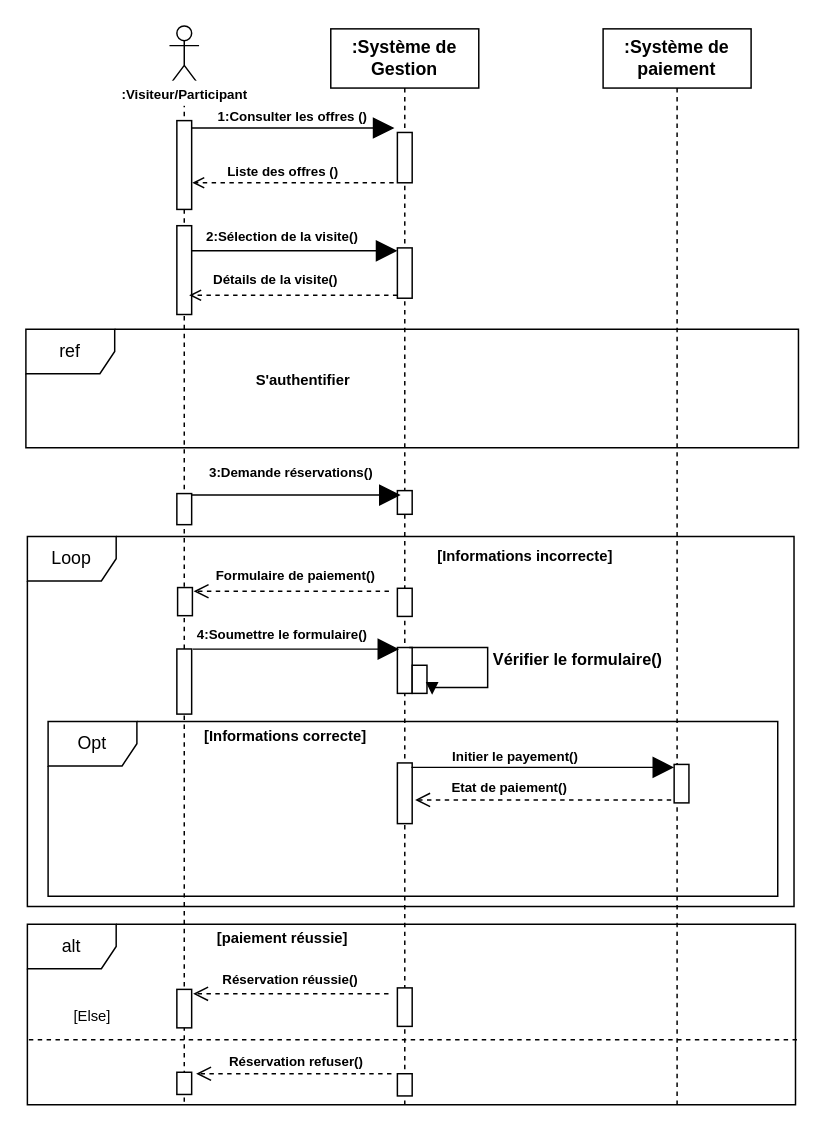
Earlier version of the draw.io diagram Diagramme sans nom.drawio (louis-fresnel99/TpGasaL1). Source tidied: cells renumbered, new cells numbered last; positions are measured from the earlier drawing's top-left corner, leaving out a move shared by most shapes. Both pictures are drawn from the tidied source at 148%, with x=0, y=0 at pixel (25, 25).
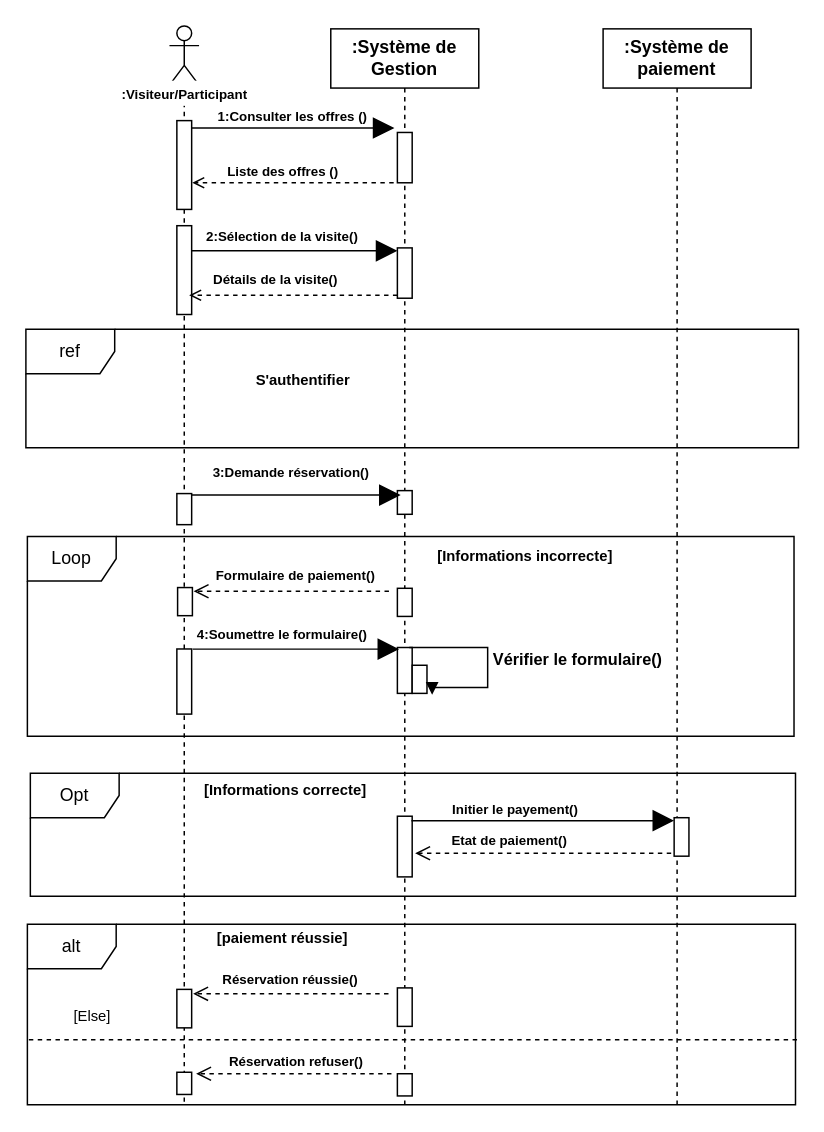
After the change.

Commit message (it also covers changes not shown here):
Mettre à jour Diagramme sans nom.drawio

The change refers to these unchanged cells:
```xml
<mxCell id="2" value="&lt;b&gt;:Système de Gestion&lt;/b&gt;" style="shape=umlLifeline;perimeter=lifelinePerimeter;whiteSpace=wrap;html=1;newEdgeStyle={&quot;edgeStyle&quot;:&quot;elbowEdgeStyle&quot;,&quot;elbow&quot;:&quot;vertical&quot;,&quot;curved&quot;:0,&quot;rounded&quot;:0};fillColor=light-dark(#FFFFFF, #ffffff);strokeColor=light-dark(#000000,#000000);labelBackgroundColor=none;fontColor=light-dark(#000000,#000000);" parent="1" vertex="1">
  <mxGeometry x="206" y="2" width="100" height="728" as="geometry" />
</mxCell>
<mxCell id="19" value="&lt;b&gt;:Système de paiement&lt;/b&gt;" style="shape=umlLifeline;perimeter=lifelinePerimeter;whiteSpace=wrap;html=1;newEdgeStyle={&quot;curved&quot;:0,&quot;rounded&quot;:0};fillColor=light-dark(#FFFFFF,#FFFFFF);fontColor=light-dark(#000000,#000000);strokeColor=light-dark(#000000,#000000);" parent="1" vertex="1">
  <mxGeometry x="390" y="2" width="100" height="727" as="geometry" />
</mxCell>
```

What changed in the source:
```diff
@@
     <mxCell id="10" style="html=1;perimeter=orthogonalPerimeter;targetShapes=umlLifeline;newEdgeStyle={&quot;curved&quot;:0,&quot;rounded&quot;:0};fillColor=light-dark(#FFFFFF,#FFFFFF);strokeColor=light-dark(#000000,#000000);" parent="2" vertex="1">
-      <mxGeometry x="45" y="496" width="10" height="41" as="geometry" />
+      <mxGeometry x="45" y="532" width="10" height="41" as="geometry" />
     </mxCell>
@@
     <mxCell id="20" style="html=1;perimeter=orthogonalPerimeter;targetShapes=umlLifeline;newEdgeStyle={&quot;curved&quot;:0,&quot;rounded&quot;:0};fillColor=light-dark(#FFFFFF,#FFFFFF);strokeColor=light-dark(#000000,#000000);" parent="19" vertex="1">
-      <mxGeometry x="48" y="497" width="10" height="26" as="geometry" />
+      <mxGeometry x="48" y="533" width="10" height="26" as="geometry" />
     </mxCell>
@@
-    <mxCell id="29" value="&lt;font style=&quot;color: light-dark(rgb(0, 0, 0), rgb(0, 0, 0)); font-size: 9px;&quot;&gt;&lt;b style=&quot;&quot;&gt;3:Demande réservations()&lt;/b&gt;&lt;/font&gt;" style="text;html=1;align=center;verticalAlign=middle;whiteSpace=wrap;rounded=0;" parent="1" vertex="1">
+    <mxCell id="29" value="&lt;font style=&quot;color: light-dark(rgb(0, 0, 0), rgb(0, 0, 0)); font-size: 9px;&quot;&gt;&lt;b style=&quot;&quot;&gt;3:Demande réservation()&lt;/b&gt;&lt;/font&gt;" style="text;html=1;align=center;verticalAlign=middle;whiteSpace=wrap;rounded=0;" parent="1" vertex="1">
       <mxGeometry x="114.6" y="292" width="129" height="18" as="geometry" />
     </mxCell>
@@
     <mxCell id="33" style="endArrow=block;endFill=1;endSize=12;html=1;rounded=0;strokeColor=light-dark(#000000,#000000);" parent="1" edge="1">
       <mxGeometry relative="1" as="geometry">
-        <mxPoint x="260.5" y="501" as="sourcePoint" />
-        <mxPoint x="438" y="501" as="targetPoint" />
+        <mxPoint x="260.5" y="537" as="sourcePoint" />
+        <mxPoint x="438" y="537" as="targetPoint" />
       </mxGeometry>
     </mxCell>
     <mxCell id="34" value="&lt;font style=&quot;color: light-dark(rgb(0, 0, 0), rgb(0, 0, 0)); font-size: 9px;&quot;&gt;&lt;b&gt;Initier le payement()&lt;/b&gt;&lt;/font&gt;" style="text;html=1;align=center;verticalAlign=middle;whiteSpace=wrap;rounded=0;" parent="1" vertex="1">
-      <mxGeometry x="274" y="484" width="114" height="17" as="geometry" />
+      <mxGeometry x="274" y="520" width="114" height="17" as="geometry" />
     </mxCell>
     <mxCell id="35" style="html=1;verticalAlign=bottom;endArrow=open;dashed=1;endSize=8;curved=0;rounded=0;strokeColor=light-dark(#000000,#000000);" parent="1" edge="1">
       <mxGeometry relative="1" as="geometry">
-        <mxPoint x="436" y="523" as="sourcePoint" />
-        <mxPoint x="263" y="523" as="targetPoint" />
+        <mxPoint x="436" y="559" as="sourcePoint" />
+        <mxPoint x="263" y="559" as="targetPoint" />
       </mxGeometry>
     </mxCell>
     <mxCell id="36" value="&lt;font style=&quot;color: light-dark(rgb(0, 0, 0), rgb(0, 0, 0)); font-size: 9px;&quot;&gt;&lt;b&gt;Etat de paiement()&lt;/b&gt;&lt;/font&gt;" style="text;html=1;align=center;verticalAlign=middle;whiteSpace=wrap;rounded=0;" parent="1" vertex="1">
-      <mxGeometry x="280.4" y="505" width="94.4" height="17" as="geometry" />
+      <mxGeometry x="280.4" y="541" width="94.4" height="17" as="geometry" />
     </mxCell>
@@
     <mxCell id="51" value="Opt" style="shape=umlFrame;whiteSpace=wrap;html=1;" parent="1" vertex="1">
-      <mxGeometry x="15" y="470" width="493" height="118" as="geometry" />
+      <mxGeometry x="3" y="505" width="517" height="83" as="geometry" />
     </mxCell>
     <mxCell id="52" value="&lt;font style=&quot;color: light-dark(rgb(0, 0, 0), rgb(0, 0, 0)); font-size: 10px;&quot;&gt;&lt;b&gt;[Informations correcte]&amp;nbsp;&lt;/b&gt;&lt;/font&gt;" style="text;html=1;align=center;verticalAlign=middle;whiteSpace=wrap;rounded=0;" parent="1" vertex="1">
-      <mxGeometry x="115.9" y="465" width="122" height="30" as="geometry" />
+      <mxGeometry x="115.9" y="501" width="122" height="30" as="geometry" />
     </mxCell>
     <mxCell id="53" value="Loop" style="shape=umlFrame;whiteSpace=wrap;html=1;" parent="1" vertex="1">
-      <mxGeometry x="1" y="345" width="518" height="250" as="geometry" />
+      <mxGeometry x="1" y="345" width="518" height="135" as="geometry" />
     </mxCell>
```
